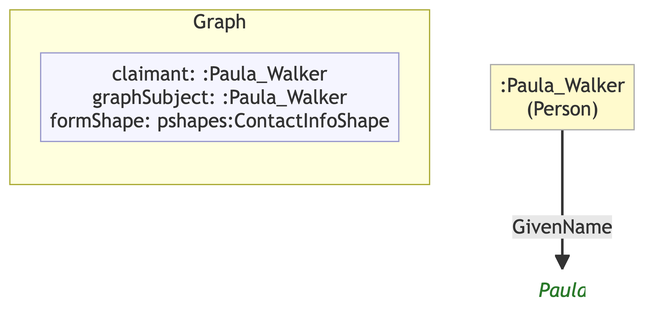
Earlier version of the Mermaid export example/graphs/images/graph-59.png (MeeFoundation/mia-ontologies). Its source is kept beside it as example/graphs/images/graph-59.mmd.
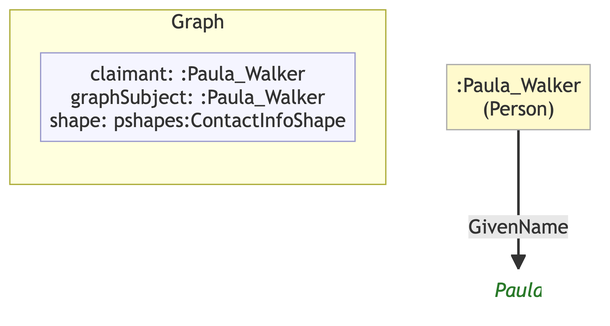
After the change.

Diff of the diagram source:
```diff
@@ -7,10 +7,10 @@
 
     subgraph ctx["Graph"]
         direction LR
-        ctx_meta["claimant: :Paula_Walker\ngraphSubject: :Paula_Walker\nformShape: pshapes:ContactInfoShape"]:::meta
+        ctx_meta["claimant: :Paula_Walker\ngraphSubject: :Paula_Walker\nshape: pshapes:ContactInfoShape"]:::meta
     end
 
     n679aafec7a4b[":Paula_Walker\n(Person)"]:::person
-    nafc8de582902("Paula"):::lit
+    n6ad64e51be93("Paula"):::lit
 
-    n679aafec7a4b -->|"GivenName"| nafc8de582902
+    n679aafec7a4b -->|"GivenName"| n6ad64e51be93
```
